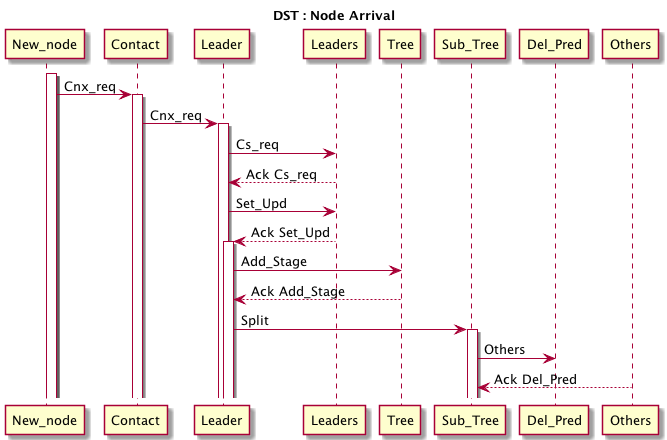
Above: doc/UML/DST_Arrival.png in tof25/DST (PlantUML), before the change.
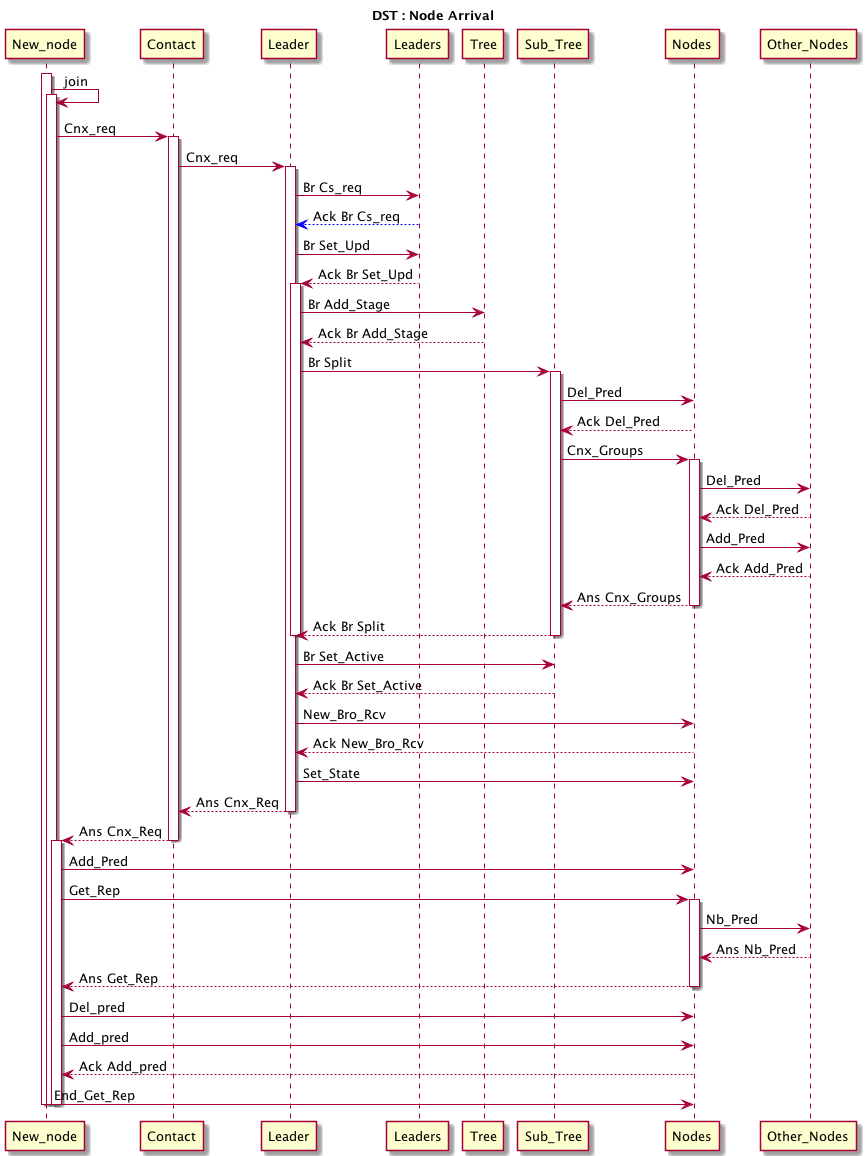
The same file after the commit.

Commit message:
Sequence Diagram

What changed in the source:
```diff
@@ -2,6 +2,7 @@
 title DST : Node Arrival
 
 activate New_node
+New_node -> New_node: join
 activate New_node
 New_node -> Contact: Cnx_req
 
@@ -9,21 +10,63 @@
 Contact -> Leader: Cnx_req
 
 activate Leader
-Leader -> Leaders: Cs_req
-Leaders --> Leader: Ack Cs_req
+Leader -> Leaders: Br Cs_req
+Leaders -[#0000FF]-> Leader: Ack Br Cs_req
 
-Leader -> Leaders: Set_Upd
-Leaders --> Leader: Ack Set_Upd
+Leader -> Leaders: Br Set_Upd
+Leaders --> Leader: Ack Br Set_Upd
 
 activate Leader
-Leader -> Tree: Add_Stage
-Tree --> Leader: Ack Add_Stage
-Leader -> Sub_Tree: Split
+Leader -> Tree: Br Add_Stage
+Tree --> Leader: Ack Br Add_Stage
+Leader -> Sub_Tree: Br Split
 
 activate Sub_Tree
-Sub_Tree -> Del_Pred: Others
-Others --> Sub_Tree: Ack Del_Pred
+Sub_Tree -> Nodes: Del_Pred
+Nodes --> Sub_Tree: Ack Del_Pred
+Sub_Tree -> Nodes: Cnx_Groups
 
+activate Nodes
+Nodes -> Other_Nodes: Del_Pred
+Other_Nodes --> Nodes: Ack Del_Pred
+Nodes -> Other_Nodes: Add_Pred
+Other_Nodes --> Nodes: Ack Add_Pred
+
+Nodes --> Sub_Tree: Ans Cnx_Groups
+deactivate Nodes
+Sub_Tree --> Leader: Ack Br Split
+deactivate Sub_Tree
+deactivate Leader
+
+Leader -> Sub_Tree: Br Set_Active
+Sub_Tree --> Leader: Ack Br Set_Active
+Leader -> Nodes: New_Bro_Rcv
+Nodes --> Leader: Ack New_Bro_Rcv
+Leader -> Nodes: Set_State
+
+Leader --> Contact: Ans Cnx_Req
+deactivate Leader
+
+Contact --> New_node: Ans Cnx_Req
+deactivate Contact
+
+activate New_node
+New_node -> Nodes: Add_Pred
+New_node -> Nodes: Get_Rep
+
+activate Nodes
+Nodes -> Other_Nodes: Nb_Pred
+Other_Nodes --> Nodes: Ans Nb_Pred
+Nodes --> New_node: Ans Get_Rep
+deactivate Nodes
+
+New_node -> Nodes: Del_pred
+New_node -> Nodes: Add_pred
+Nodes --> New_node: Ack Add_pred
+New_node -> Nodes: End_Get_Rep
+deactivate New_node
+deactivate New_node
+deactivate New_node
 
 
 
```
